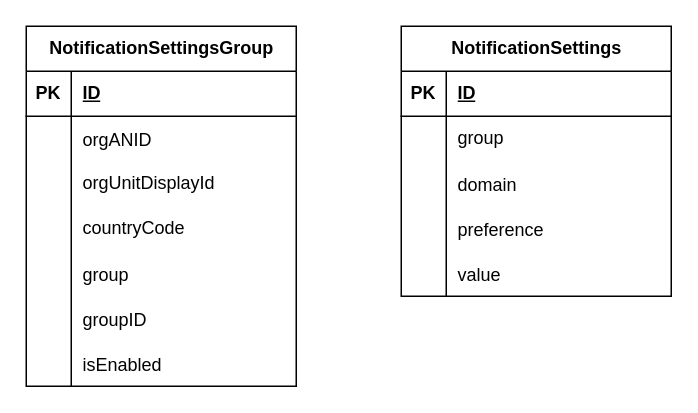
Above: page "Page-3" (3 of 3) of messaging.drawio in huangshijie/Drawio (draw.io), before the change. Source tidied: cells renumbered, new cells numbered last; positions are measured from the earlier drawing's top-left corner, leaving out a move shared by most shapes. Both pictures are drawn from the tidied source at 150%, with x=0, y=0 at pixel (26, 26).
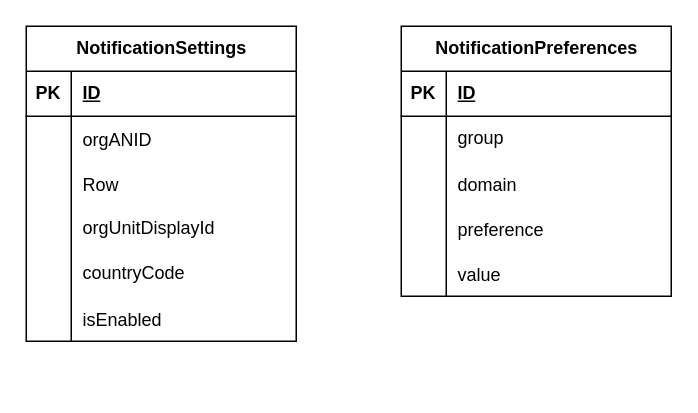
After the change.

The edit, as a diff of the source:
```diff
@@
-    <mxCell id="2" value="NotificationSettingsGroup" style="shape=table;startSize=30;childLayout=tableLayout;rowLines=0;fontStyle=1;align=center;html=1;" parent="1" vertex="1">
-      <mxGeometry width="180" height="240" as="geometry" />
+    <mxCell id="2" value="NotificationSettings" style="shape=table;startSize=30;childLayout=tableLayout;rowLines=0;fontStyle=1;align=center;html=1;" parent="1" vertex="1">
+      <mxGeometry width="180" height="210" as="geometry" />
     </mxCell>
@@
+    <mxCell id="40" style="shape=tableRow;horizontal=0;startSize=0;swimlaneHead=0;swimlaneBody=0;fillColor=none;top=0;left=0;right=0;bottom=0;" parent="2" vertex="1">
+      <mxGeometry y="90" width="180" height="30" as="geometry" />
+    </mxCell>
+    <mxCell id="41" style="shape=partialRectangle;fillColor=none;top=0;left=0;bottom=0;right=0;overflow=hidden;" parent="40" vertex="1">
+      <mxGeometry width="30" height="30" as="geometry" />
+    </mxCell>
+    <mxCell id="42" value="Row" style="shape=partialRectangle;fillColor=none;top=0;left=0;bottom=0;right=0;align=left;spacingLeft=6;overflow=hidden;" parent="40" vertex="1">
+      <mxGeometry x="30" width="150" height="30" as="geometry" />
+    </mxCell>
     <mxCell id="9" style="shape=tableRow;horizontal=0;startSize=0;swimlaneHead=0;swimlaneBody=0;fillColor=none;top=0;left=0;right=0;bottom=0;" parent="2" vertex="1">
-      <mxGeometry y="90" width="180" height="30" as="geometry" />
+      <mxGeometry y="120" width="180" height="30" as="geometry" />
     </mxCell>
@@
     <mxCell id="12" style="shape=tableRow;horizontal=0;startSize=0;swimlaneHead=0;swimlaneBody=0;fillColor=none;top=0;left=0;right=0;bottom=0;" parent="2" vertex="1">
-      <mxGeometry y="120" width="180" height="30" as="geometry" />
+      <mxGeometry y="150" width="180" height="30" as="geometry" />
     </mxCell>
@@
-    <mxCell id="15" style="shape=tableRow;horizontal=0;startSize=0;swimlaneHead=0;swimlaneBody=0;fillColor=none;top=0;left=0;right=0;bottom=0;" parent="2" vertex="1">
-      <mxGeometry y="150" width="180" height="30" as="geometry" />
-    </mxCell>
-    <mxCell id="16" style="shape=partialRectangle;fillColor=none;top=0;left=0;bottom=0;right=0;overflow=hidden;" parent="15" vertex="1">
-      <mxGeometry width="30" height="30" as="geometry" />
-    </mxCell>
-    <mxCell id="17" value="group" style="shape=partialRectangle;fillColor=none;top=0;left=0;bottom=0;right=0;align=left;spacingLeft=6;overflow=hidden;" parent="15" vertex="1">
-      <mxGeometry x="30" width="150" height="30" as="geometry" />
-    </mxCell>
-    <mxCell id="18" style="shape=tableRow;horizontal=0;startSize=0;swimlaneHead=0;swimlaneBody=0;fillColor=none;top=0;left=0;right=0;bottom=0;" parent="2" vertex="1">
-      <mxGeometry y="180" width="180" height="30" as="geometry" />
-    </mxCell>
-    <mxCell id="19" style="shape=partialRectangle;fillColor=none;top=0;left=0;bottom=0;right=0;overflow=hidden;" parent="18" vertex="1">
-      <mxGeometry width="30" height="30" as="geometry" />
-    </mxCell>
-    <mxCell id="20" value="groupID" style="shape=partialRectangle;fillColor=none;top=0;left=0;bottom=0;right=0;align=left;spacingLeft=6;overflow=hidden;" parent="18" vertex="1">
-      <mxGeometry x="30" width="150" height="30" as="geometry" />
-    </mxCell>
     <mxCell id="21" style="shape=tableRow;horizontal=0;startSize=0;swimlaneHead=0;swimlaneBody=0;fillColor=none;top=0;left=0;right=0;bottom=0;" parent="2" vertex="1">
-      <mxGeometry y="210" width="180" height="30" as="geometry" />
+      <mxGeometry y="180" width="180" height="30" as="geometry" />
     </mxCell>
@@
-    <mxCell id="24" value="NotificationSettings" style="shape=table;startSize=30;childLayout=tableLayout;rowLines=0;fontStyle=1;align=center;html=1;" parent="1" vertex="1">
+    <mxCell id="24" value="&lt;div style=&quot;text-align: left;&quot;&gt;&lt;span style=&quot;background-color: transparent; color: light-dark(rgb(0, 0, 0), rgb(255, 255, 255));&quot;&gt;NotificationPreference&lt;/span&gt;&lt;span style=&quot;background-color: transparent; color: light-dark(rgb(0, 0, 0), rgb(255, 255, 255));&quot;&gt;s&lt;/span&gt;&lt;/div&gt;" style="shape=table;startSize=30;childLayout=tableLayout;rowLines=0;fontStyle=1;align=center;html=1;" parent="1" vertex="1">
       <mxGeometry x="250" width="180" height="180" as="geometry" />
     </mxCell>
```
